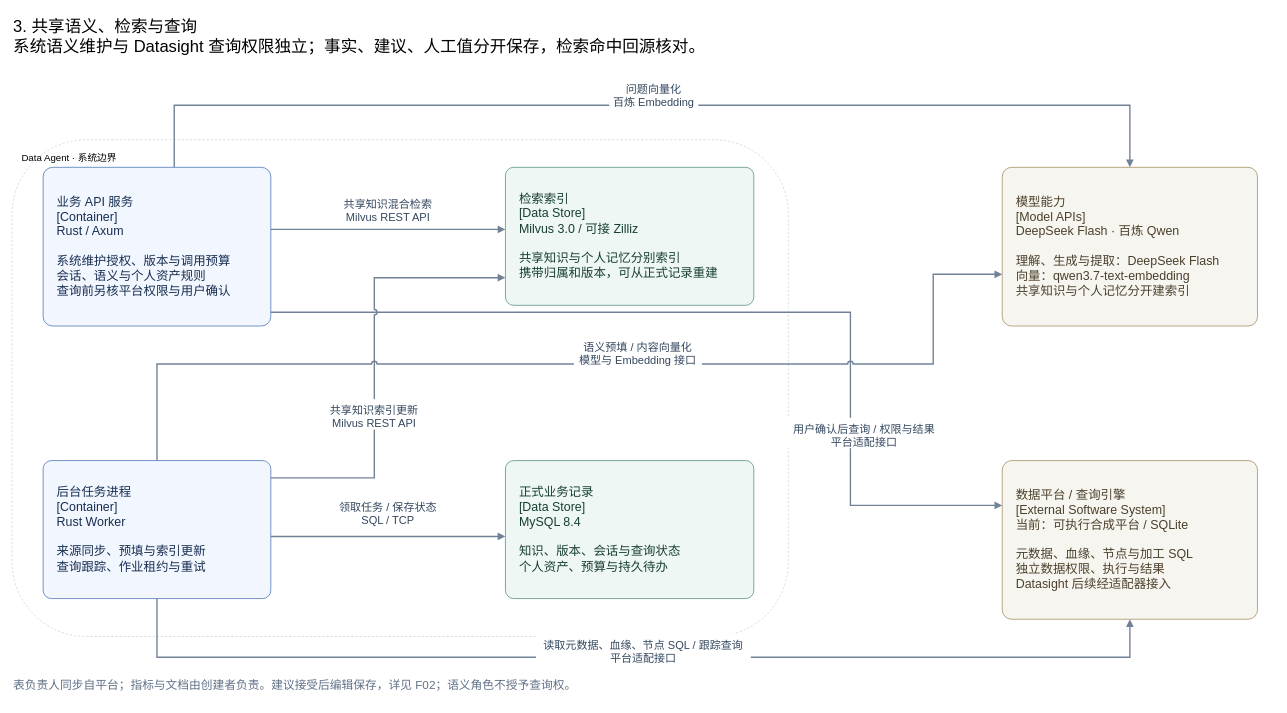
Above: page "共享语义、检索与查询" (3 of 4) of docs/architecture/data-agent-c4-container.drawio in yaoziyaoguai/data_agent (draw.io), before the change. Source tidied: cells renumbered, new cells numbered last; positions are measured from the earlier drawing's top-left corner, leaving out a move shared by most shapes. Both pictures are drawn from the tidied source at 69%, with x=0, y=0 at pixel (12, 12).
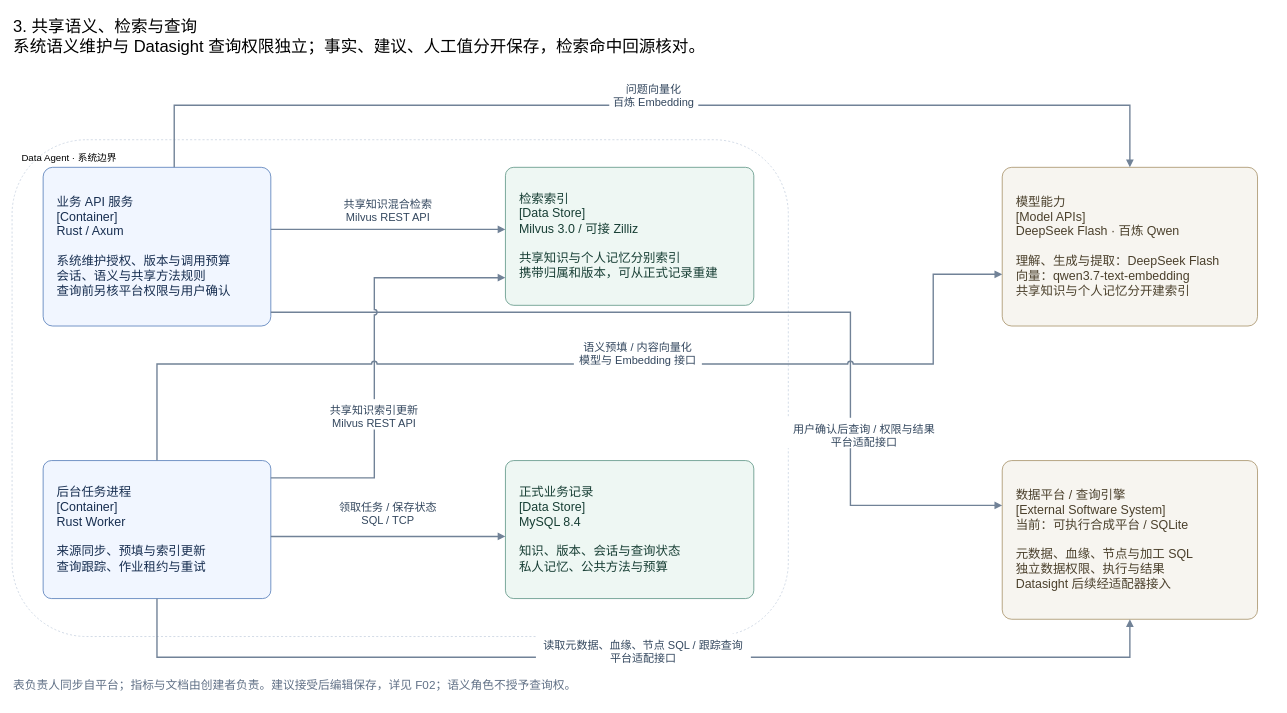
Above is the later version.

The edit, as a diff of the source:
```diff
@@
-    <mxCell id="4" value="业务 API 服务&#10;[Container]&#10;Rust / Axum&#10;&#10;系统维护授权、版本与调用预算&#10;会话、语义与个人资产规则&#10;查询前另核平台权限与用户确认" style="rounded=1;arcSize=6;whiteSpace=wrap;html=0;fillColor=#f1f6ff;strokeColor=#3866ac;fontColor=#172e50;fontSize=18;fontFamily=PingFang SC;align=left;spacing=20;" parent="1" vertex="1">
+    <mxCell id="4" value="业务 API 服务&#10;[Container]&#10;Rust / Axum&#10;&#10;系统维护授权、版本与调用预算&#10;会话、语义与共享方法规则&#10;查询前另核平台权限与用户确认" style="rounded=1;arcSize=6;whiteSpace=wrap;html=0;fillColor=#f1f6ff;strokeColor=#3866ac;fontColor=#172e50;fontSize=18;fontFamily=PingFang SC;align=left;spacing=20;" parent="1" vertex="1">
       <mxGeometry x="45" y="225" width="330" height="230" as="geometry" />
     </mxCell>
@@
-    <mxCell id="8" value="正式业务记录&#10;[Data Store]&#10;MySQL 8.4&#10;&#10;知识、版本、会话与查询状态&#10;个人资产、预算与持久待办" style="rounded=1;arcSize=6;whiteSpace=wrap;html=0;fillColor=#eef7f3;strokeColor=#438471;fontColor=#173e34;fontSize=18;fontFamily=PingFang SC;align=left;spacing=20;" parent="1" vertex="1">
+    <mxCell id="8" value="正式业务记录&#10;[Data Store]&#10;MySQL 8.4&#10;&#10;知识、版本、会话与查询状态&#10;私人记忆、公共方法与预算" style="rounded=1;arcSize=6;whiteSpace=wrap;html=0;fillColor=#eef7f3;strokeColor=#438471;fontColor=#173e34;fontSize=18;fontFamily=PingFang SC;align=left;spacing=20;" parent="1" vertex="1">
       <mxGeometry x="715" y="650" width="360" height="200" as="geometry" />
     </mxCell>
```
